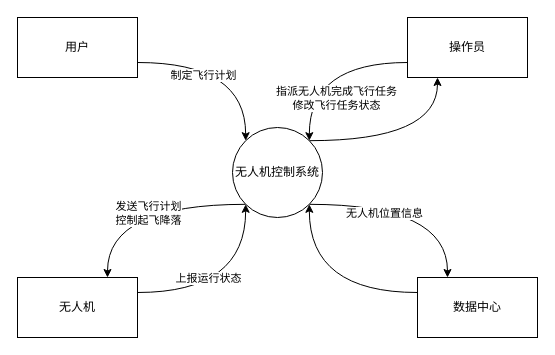
Earlier version of the draw.io diagram 未命名绘图.drawio (chenxuansoeasy/pfvue). Source tidied: cells renumbered, new cells numbered last; positions are measured from the earlier drawing's top-left corner, leaving out a move shared by most shapes. Both pictures are drawn from the tidied source at 100%, with x=0, y=0 at pixel (17, 17).
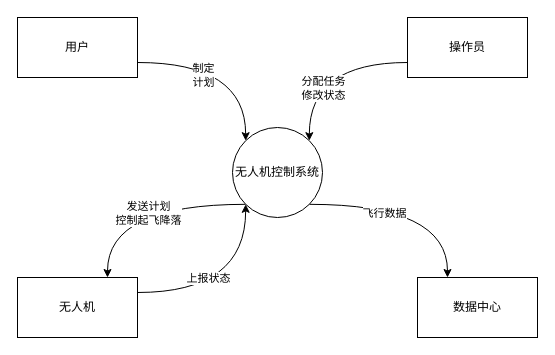
The same page after the edit.

Commit message:
更新未命名绘图.drawio

Diff of the diagram source:
```diff
@@
 <mxGraphModel>
   <root>
     <mxCell id="0" />
     <mxCell id="1" parent="0" />
     <mxCell id="2" style="edgeStyle=orthogonalEdgeStyle;curved=1;rounded=0;jettySize=auto;html=1;exitX=1;exitY=0.75;exitDx=0;exitDy=0;entryX=0;entryY=0;entryDx=0;entryDy=0;" parent="1" edge="1" source="4" target="18">
       <mxGeometry relative="1" as="geometry" />
     </mxCell>
-    <mxCell id="3" value="制定飞行计划" style="edgeLabel;html=1;align=center;verticalAlign=middle;" parent="2" vertex="1">
+    <mxCell id="3" value="制定&lt;br&gt;计划" style="edgeLabel;html=1;align=center;verticalAlign=middle;" parent="2" vertex="1">
       <mxGeometry x="-0.3" y="-12" relative="1" as="geometry" />
     </mxCell>
     <mxCell id="4" value="用户" style="rounded=0;whiteSpace=wrap;html=1;" parent="1" vertex="1">
       <mxGeometry width="120" height="60" as="geometry" />
     </mxCell>
     <mxCell id="5" style="edgeStyle=orthogonalEdgeStyle;curved=1;rounded=0;jettySize=auto;html=1;exitX=1;exitY=0.25;exitDx=0;exitDy=0;entryX=0;entryY=1;entryDx=0;entryDy=0;" parent="1" edge="1" source="7" target="18">
       <mxGeometry relative="1" as="geometry" />
     </mxCell>
-    <mxCell id="6" value="上报运行状态" style="edgeLabel;html=1;align=center;verticalAlign=middle;" parent="5" vertex="1">
+    <mxCell id="6" value="上报状态" style="edgeLabel;html=1;align=center;verticalAlign=middle;" parent="5" vertex="1">
       <mxGeometry x="-0.29" y="15" relative="1" as="geometry" />
     </mxCell>
     <mxCell id="7" value="无人机" style="rounded=0;whiteSpace=wrap;html=1;" parent="1" vertex="1">
       <mxGeometry y="260" width="120" height="60" as="geometry" />
     </mxCell>
-    <mxCell id="8" style="edgeStyle=orthogonalEdgeStyle;curved=1;rounded=0;jettySize=auto;html=1;exitX=0;exitY=0.25;exitDx=0;exitDy=0;entryX=1;entryY=1;entryDx=0;entryDy=0;" parent="1" edge="1" source="9" target="18">
-      <mxGeometry relative="1" as="geometry" />
-    </mxCell>
     <mxCell id="9" value="数据中心" style="rounded=0;whiteSpace=wrap;html=1;" parent="1" vertex="1">
       <mxGeometry x="400" y="260" width="120" height="60" as="geometry" />
     </mxCell>
     <mxCell id="10" style="edgeStyle=orthogonalEdgeStyle;curved=1;rounded=0;jettySize=auto;html=1;exitX=0;exitY=0.75;exitDx=0;exitDy=0;entryX=1;entryY=0;entryDx=0;entryDy=0;" parent="1" edge="1" source="12" target="18">
       <mxGeometry relative="1" as="geometry" />
     </mxCell>
-    <mxCell id="11" value="指派无人机完成飞行任务&lt;br&gt;修改飞行任务状态&lt;br&gt;" style="edgeLabel;html=1;align=center;verticalAlign=middle;" parent="10" vertex="1">
+    <mxCell id="11" value="分配任务&lt;br&gt;修改状态" style="edgeLabel;html=1;align=center;verticalAlign=middle;" parent="10" vertex="1">
       <mxGeometry x="-0.18" y="12" relative="1" as="geometry">
-        <mxPoint y="23" as="offset" />
+        <mxPoint x="-13" y="13" as="offset" />
       </mxGeometry>
     </mxCell>
     <mxCell id="12" value="操作员" style="rounded=0;whiteSpace=wrap;html=1;" parent="1" vertex="1">
       <mxGeometry x="390" width="120" height="60" as="geometry" />
     </mxCell>
-    <mxCell id="13" style="edgeStyle=orthogonalEdgeStyle;curved=1;rounded=0;jettySize=auto;html=1;exitX=1;exitY=0;exitDx=0;exitDy=0;entryX=0.25;entryY=1;entryDx=0;entryDy=0;" parent="1" edge="1" source="18" target="12">
-      <mxGeometry relative="1" as="geometry" />
-    </mxCell>
     <mxCell id="14" style="edgeStyle=orthogonalEdgeStyle;curved=1;rounded=0;jettySize=auto;html=1;exitX=0;exitY=1;exitDx=0;exitDy=0;entryX=0.75;entryY=0;entryDx=0;entryDy=0;" parent="1" edge="1" source="18" target="7">
       <mxGeometry relative="1" as="geometry" />
     </mxCell>
-    <mxCell id="15" value="发送飞行计划&lt;br&gt;控制起飞降落" style="edgeLabel;html=1;align=center;verticalAlign=middle;" parent="14" vertex="1">
+    <mxCell id="15" value="发送计划&lt;br&gt;控制起飞降落" style="edgeLabel;html=1;align=center;verticalAlign=middle;" parent="14" vertex="1">
       <mxGeometry x="-0.07" y="9" relative="1" as="geometry" />
     </mxCell>
     <mxCell id="16" style="edgeStyle=orthogonalEdgeStyle;curved=1;rounded=0;jettySize=auto;html=1;exitX=1;exitY=1;exitDx=0;exitDy=0;entryX=0.25;entryY=0;entryDx=0;entryDy=0;" parent="1" edge="1" source="18" target="9">
       <mxGeometry relative="1" as="geometry" />
     </mxCell>
-    <mxCell id="17" value="无人机位置信息" style="edgeLabel;html=1;align=center;verticalAlign=middle;" parent="16" vertex="1">
+    <mxCell id="17" value="飞行数据" style="edgeLabel;html=1;align=center;verticalAlign=middle;" parent="16" vertex="1">
       <mxGeometry x="-0.29" y="-9" relative="1" as="geometry" />
     </mxCell>
     <mxCell id="18" value="无人机控制系统" style="ellipse;whiteSpace=wrap;html=1;" parent="1" vertex="1">
       <mxGeometry x="215" y="110" width="90" height="90" as="geometry" />
     </mxCell>
   </root>
 </mxGraphModel>
```
